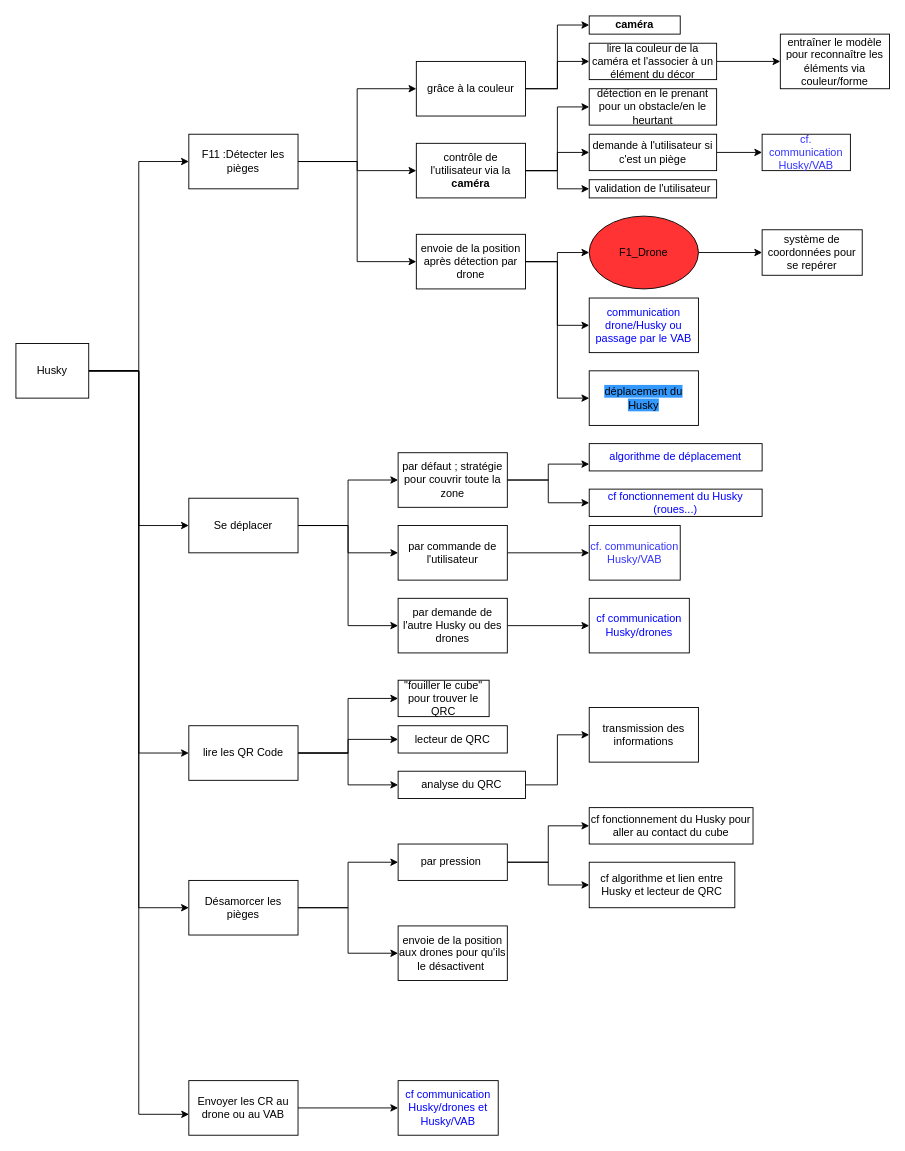
Before: page "Page-1" (1 of 2) of Diagrammes/F12.drawio in annieliu52/CoHoMa, a draw.io diagram. Source tidied: cells renumbered, new cells numbered last; positions are measured from the earlier drawing's top-left corner, leaving out a move shared by most shapes. Both pictures are drawn from the tidied source at 91%, with x=0, y=0 at pixel (15, 15).
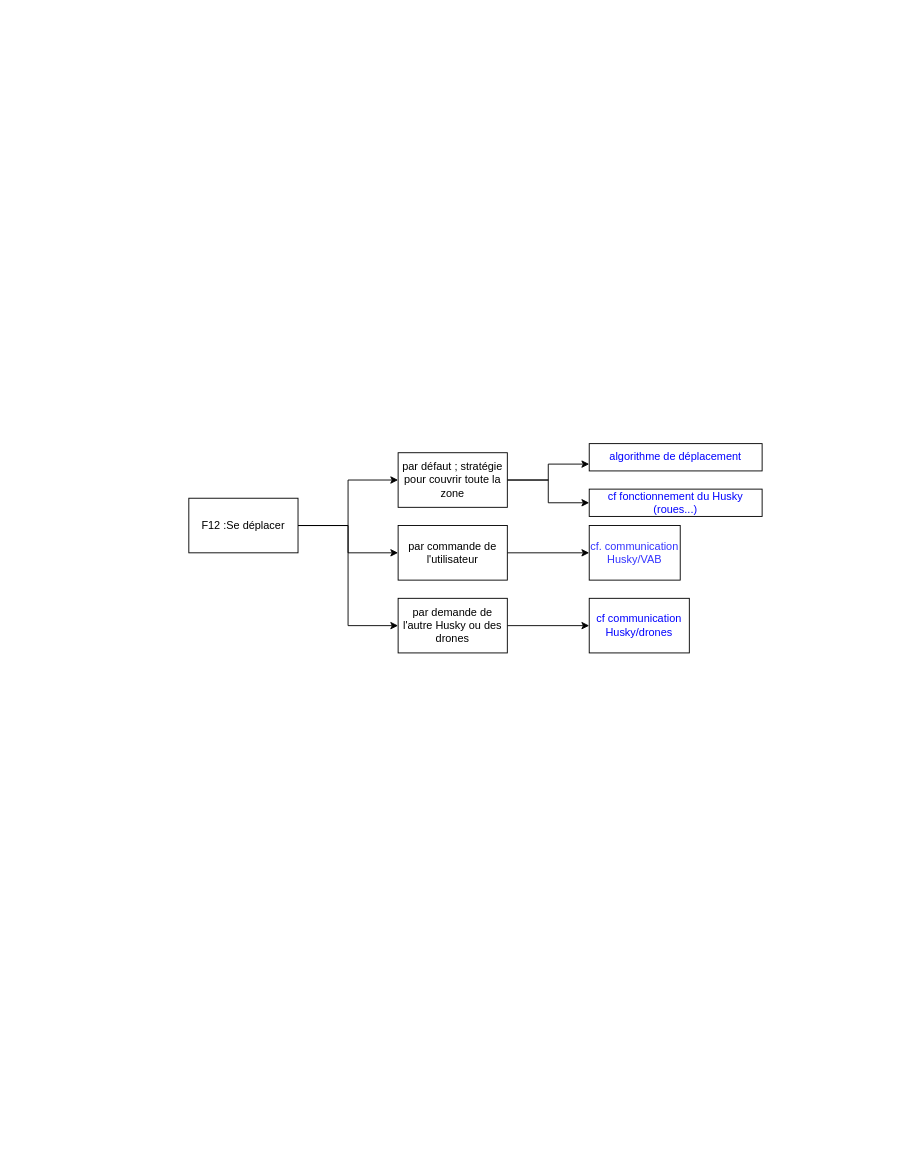
Above is the later version.

The edit, as a diff of the source:
```diff
@@
-    <mxCell id="2" style="edgeStyle=orthogonalEdgeStyle;rounded=0;jettySize=auto;html=1;exitX=1;exitY=0.5;exitDx=0;exitDy=0;entryX=0;entryY=0.5;entryDx=0;entryDy=0;" parent="1" edge="1" source="5" target="23">
-      <mxGeometry relative="1" as="geometry" />
-    </mxCell>
-    <mxCell id="3" style="edgeStyle=orthogonalEdgeStyle;rounded=0;jettySize=auto;html=1;exitX=1;exitY=0.5;exitDx=0;exitDy=0;entryX=0;entryY=0.5;entryDx=0;entryDy=0;" parent="1" edge="1" source="5" target="28">
-      <mxGeometry relative="1" as="geometry" />
-    </mxCell>
-    <mxCell id="4" style="edgeStyle=orthogonalEdgeStyle;rounded=0;jettySize=auto;html=1;exitX=1;exitY=0.5;exitDx=0;exitDy=0;entryX=0;entryY=0.5;entryDx=0;entryDy=0;" parent="1" edge="1" source="5" target="32">
-      <mxGeometry relative="1" as="geometry" />
-    </mxCell>
-    <mxCell id="5" value="F11 :Détecter les pièges" style="rounded=0;whiteSpace=wrap;html=1;" parent="1" vertex="1">
-      <mxGeometry x="190" y="130" width="120" height="60" as="geometry" />
-    </mxCell>
@@
-    <mxCell id="9" value="Se déplacer" style="rounded=0;whiteSpace=wrap;html=1;" parent="1" vertex="1">
+    <mxCell id="9" value="F12 :Se déplacer" style="rounded=0;whiteSpace=wrap;html=1;" parent="1" vertex="1">
       <mxGeometry x="190" y="530" width="120" height="60" as="geometry" />
     </mxCell>
-    <mxCell id="10" style="edgeStyle=orthogonalEdgeStyle;rounded=0;jettySize=auto;html=1;exitX=1;exitY=0.5;exitDx=0;exitDy=0;entryX=0;entryY=0.5;entryDx=0;entryDy=0;fontColor=#000000;" parent="1" edge="1" source="12" target="65">
-      <mxGeometry relative="1" as="geometry" />
-    </mxCell>
-    <mxCell id="11" style="edgeStyle=orthogonalEdgeStyle;rounded=0;jettySize=auto;html=1;exitX=1;exitY=0.5;exitDx=0;exitDy=0;entryX=0;entryY=0.5;entryDx=0;entryDy=0;fontColor=#000000;" parent="1" edge="1" source="12" target="68">
-      <mxGeometry relative="1" as="geometry" />
-    </mxCell>
-    <mxCell id="12" value="Désamorcer les pièges" style="rounded=0;whiteSpace=wrap;html=1;" parent="1" vertex="1">
-      <mxGeometry x="190" y="950" width="120" height="60" as="geometry" />
-    </mxCell>
-    <mxCell id="13" style="edgeStyle=orthogonalEdgeStyle;rounded=0;jettySize=auto;html=1;exitX=1;exitY=0.5;exitDx=0;exitDy=0;entryX=0;entryY=0.5;entryDx=0;entryDy=0;fontColor=#000000;" parent="1" edge="1" source="14" target="72">
-      <mxGeometry relative="1" as="geometry" />
-    </mxCell>
-    <mxCell id="14" value="Envoyer les CR au drone ou au VAB" style="rounded=0;whiteSpace=wrap;html=1;" parent="1" vertex="1">
-      <mxGeometry x="190" y="1170" width="120" height="60" as="geometry" />
-    </mxCell>
-    <mxCell id="15" style="edgeStyle=orthogonalEdgeStyle;rounded=0;jettySize=auto;html=1;entryX=0;entryY=0.5;entryDx=0;entryDy=0;" parent="1" edge="1" source="20" target="5">
-      <mxGeometry relative="1" as="geometry" />
-    </mxCell>
-    <mxCell id="16" style="edgeStyle=orthogonalEdgeStyle;rounded=0;jettySize=auto;html=1;exitX=1;exitY=0.5;exitDx=0;exitDy=0;entryX=0;entryY=0.5;entryDx=0;entryDy=0;" parent="1" edge="1" source="20" target="9">
-      <mxGeometry relative="1" as="geometry" />
-    </mxCell>
-    <mxCell id="17" style="edgeStyle=orthogonalEdgeStyle;rounded=0;jettySize=auto;html=1;exitX=1;exitY=0.5;exitDx=0;exitDy=0;entryX=0;entryY=0.5;entryDx=0;entryDy=0;" parent="1" edge="1" source="20" target="12">
-      <mxGeometry relative="1" as="geometry" />
-    </mxCell>
-    <mxCell id="18" style="edgeStyle=orthogonalEdgeStyle;rounded=0;jettySize=auto;html=1;entryX=0.002;entryY=0.617;entryDx=0;entryDy=0;entryPerimeter=0;" parent="1" edge="1" source="20" target="14">
-      <mxGeometry relative="1" as="geometry" />
-    </mxCell>
-    <mxCell id="19" style="edgeStyle=orthogonalEdgeStyle;rounded=0;jettySize=auto;html=1;exitX=1;exitY=0.5;exitDx=0;exitDy=0;entryX=0;entryY=0.5;entryDx=0;entryDy=0;fontColor=#000000;" parent="1" edge="1" source="20" target="60">
-      <mxGeometry relative="1" as="geometry" />
-    </mxCell>
-    <mxCell id="20" value="Husky" style="rounded=0;whiteSpace=wrap;html=1;" parent="1" vertex="1">
-      <mxGeometry y="360" width="80" height="60" as="geometry" />
-    </mxCell>
-    <mxCell id="21" style="edgeStyle=orthogonalEdgeStyle;rounded=0;jettySize=auto;html=1;exitX=1;exitY=0.5;exitDx=0;exitDy=0;entryX=0;entryY=0.5;entryDx=0;entryDy=0;fontColor=#000000;" parent="1" edge="1" source="23" target="39">
-      <mxGeometry relative="1" as="geometry" />
-    </mxCell>
-    <mxCell id="22" style="edgeStyle=orthogonalEdgeStyle;rounded=0;jettySize=auto;html=1;exitX=1;exitY=0.5;exitDx=0;exitDy=0;entryX=0;entryY=0.5;entryDx=0;entryDy=0;fontColor=#000000;" parent="1" edge="1" source="23" target="41">
-      <mxGeometry relative="1" as="geometry" />
-    </mxCell>
-    <mxCell id="23" value="grâce à la couleur" style="rounded=0;whiteSpace=wrap;html=1;" parent="1" vertex="1">
-      <mxGeometry x="440" y="50" width="120" height="60" as="geometry" />
-    </mxCell>
-    <mxCell id="24" value="détection en le prenant pour un obstacle/en le heurtant" style="rounded=0;whiteSpace=wrap;html=1;" parent="1" vertex="1">
-      <mxGeometry x="630" y="80" width="140" height="40" as="geometry" />
-    </mxCell>
-    <mxCell id="25" style="edgeStyle=orthogonalEdgeStyle;rounded=0;jettySize=auto;html=1;exitX=1;exitY=0.5;exitDx=0;exitDy=0;entryX=0;entryY=0.5;entryDx=0;entryDy=0;" parent="1" edge="1" source="28" target="24">
-      <mxGeometry relative="1" as="geometry" />
-    </mxCell>
-    <mxCell id="26" style="edgeStyle=orthogonalEdgeStyle;rounded=0;jettySize=auto;html=1;exitX=1;exitY=0.5;exitDx=0;exitDy=0;entryX=0;entryY=0.5;entryDx=0;entryDy=0;fontColor=#000000;" parent="1" edge="1" source="28" target="36">
-      <mxGeometry relative="1" as="geometry" />
-    </mxCell>
-    <mxCell id="27" style="edgeStyle=orthogonalEdgeStyle;rounded=0;jettySize=auto;html=1;exitX=1;exitY=0.5;exitDx=0;exitDy=0;entryX=0;entryY=0.5;entryDx=0;entryDy=0;fontColor=#000000;" parent="1" edge="1" source="28" target="37">
-      <mxGeometry relative="1" as="geometry" />
-    </mxCell>
-    <mxCell id="28" value="contrôle de l'utilisateur via la &lt;b&gt;caméra&lt;/b&gt;" style="rounded=0;whiteSpace=wrap;html=1;" parent="1" vertex="1">
-      <mxGeometry x="440" y="140" width="120" height="60" as="geometry" />
-    </mxCell>
-    <mxCell id="29" style="edgeStyle=orthogonalEdgeStyle;rounded=0;jettySize=auto;html=1;exitX=1;exitY=0.5;exitDx=0;exitDy=0;entryX=0;entryY=0.5;entryDx=0;entryDy=0;fontColor=#FF3333;" parent="1" edge="1" source="32" target="34">
-      <mxGeometry relative="1" as="geometry" />
-    </mxCell>
-    <mxCell id="30" style="edgeStyle=orthogonalEdgeStyle;rounded=0;jettySize=auto;html=1;exitX=1;exitY=0.5;exitDx=0;exitDy=0;entryX=0;entryY=0.5;entryDx=0;entryDy=0;fontColor=#0000FF;" parent="1" edge="1" source="32" target="43">
-      <mxGeometry relative="1" as="geometry" />
-    </mxCell>
-    <mxCell id="31" style="edgeStyle=orthogonalEdgeStyle;rounded=0;jettySize=auto;html=1;exitX=1;exitY=0.5;exitDx=0;exitDy=0;entryX=0;entryY=0.5;entryDx=0;entryDy=0;fontColor=#000000;" parent="1" edge="1" source="32" target="44">
-      <mxGeometry relative="1" as="geometry" />
-    </mxCell>
-    <mxCell id="32" value="envoie de la position après détection par drone" style="rounded=0;whiteSpace=wrap;html=1;" parent="1" vertex="1">
-      <mxGeometry x="440" y="240" width="120" height="60" as="geometry" />
-    </mxCell>
-    <mxCell id="33" style="edgeStyle=orthogonalEdgeStyle;rounded=0;jettySize=auto;html=1;exitX=1;exitY=0.5;exitDx=0;exitDy=0;entryX=0;entryY=0.5;entryDx=0;entryDy=0;fontColor=#000000;" parent="1" edge="1" source="34" target="45">
-      <mxGeometry relative="1" as="geometry" />
-    </mxCell>
-    <mxCell id="34" value="F1_Drone" style="ellipse;whiteSpace=wrap;html=1;fillColor=#FF3333;" parent="1" vertex="1">
-      <mxGeometry x="630" y="220" width="120" height="80" as="geometry" />
-    </mxCell>
-    <mxCell id="35" style="edgeStyle=orthogonalEdgeStyle;rounded=0;jettySize=auto;html=1;exitX=1;exitY=0.5;exitDx=0;exitDy=0;entryX=0;entryY=0.5;entryDx=0;entryDy=0;fontColor=#3333FF;" parent="1" edge="1" source="36" target="38">
-      <mxGeometry relative="1" as="geometry" />
-    </mxCell>
-    <mxCell id="36" value="&lt;font color=&quot;#000000&quot;&gt;demande à l'utilisateur si c'est un piège&lt;/font&gt;" style="rounded=0;whiteSpace=wrap;html=1;fontColor=#FF3333;fillColor=#FFFFFF;" parent="1" vertex="1">
-      <mxGeometry x="630" y="130" width="140" height="40" as="geometry" />
-    </mxCell>
-    <mxCell id="37" value="validation de l'utilisateur" style="rounded=0;whiteSpace=wrap;html=1;labelBackgroundColor=none;fontColor=#000000;fillColor=#FFFFFF;" parent="1" vertex="1">
-      <mxGeometry x="630" y="180" width="140" height="20" as="geometry" />
-    </mxCell>
-    <mxCell id="38" value="&lt;font color=&quot;#3333ff&quot;&gt;cf. communication Husky/VAB&lt;/font&gt;" style="rounded=0;whiteSpace=wrap;html=1;labelBackgroundColor=none;fontColor=#000000;fillColor=#FFFFFF;" parent="1" vertex="1">
-      <mxGeometry x="820" y="130" width="97" height="40" as="geometry" />
-    </mxCell>
-    <mxCell id="39" value="&lt;font color=&quot;#000000&quot;&gt;&lt;b&gt;caméra&lt;/b&gt;&lt;/font&gt;" style="rounded=0;whiteSpace=wrap;html=1;labelBackgroundColor=none;fontColor=#3333FF;fillColor=#FFFFFF;" parent="1" vertex="1">
-      <mxGeometry x="630" width="100" height="20" as="geometry" />
-    </mxCell>
-    <mxCell id="40" style="edgeStyle=orthogonalEdgeStyle;rounded=0;jettySize=auto;html=1;exitX=1;exitY=0.5;exitDx=0;exitDy=0;entryX=0;entryY=0.5;entryDx=0;entryDy=0;fontColor=#000000;" parent="1" edge="1" source="41" target="42">
-      <mxGeometry relative="1" as="geometry" />
-    </mxCell>
-    <mxCell id="41" value="lire la couleur de la caméra et l'associer à un élément du décor" style="rounded=0;whiteSpace=wrap;html=1;labelBackgroundColor=none;fontColor=#000000;fillColor=#FFFFFF;" parent="1" vertex="1">
-      <mxGeometry x="630" y="30" width="140" height="40" as="geometry" />
-    </mxCell>
-    <mxCell id="42" value="entraîner le modèle pour reconnaître les éléments via couleur/forme" style="rounded=0;whiteSpace=wrap;html=1;labelBackgroundColor=none;fontColor=#000000;fillColor=#FFFFFF;" parent="1" vertex="1">
-      <mxGeometry x="840" y="20" width="120" height="60" as="geometry" />
-    </mxCell>
-    <mxCell id="43" value="&lt;font color=&quot;#0000ff&quot;&gt;communication drone/Husky ou passage par le VAB&lt;/font&gt;" style="rounded=0;whiteSpace=wrap;html=1;labelBackgroundColor=none;fontColor=#000000;fillColor=#FFFFFF;" parent="1" vertex="1">
-      <mxGeometry x="630" y="310" width="120" height="60" as="geometry" />
-    </mxCell>
-    <mxCell id="44" value="&lt;font color=&quot;#000000&quot; style=&quot;background-color: rgb(51 , 153 , 255)&quot;&gt;déplacement du Husky&lt;/font&gt;" style="rounded=0;whiteSpace=wrap;html=1;labelBackgroundColor=none;fontColor=#0000FF;fillColor=#FFFFFF;" parent="1" vertex="1">
-      <mxGeometry x="630" y="390" width="120" height="60" as="geometry" />
-    </mxCell>
-    <mxCell id="45" value="système de coordonnées pour se repérer" style="rounded=0;whiteSpace=wrap;html=1;labelBackgroundColor=none;" parent="1" vertex="1">
-      <mxGeometry x="820" y="235" width="110" height="50" as="geometry" />
-    </mxCell>
@@
-    <mxCell id="57" style="edgeStyle=orthogonalEdgeStyle;rounded=0;jettySize=auto;html=1;exitX=1;exitY=0.5;exitDx=0;exitDy=0;entryX=0;entryY=0.5;entryDx=0;entryDy=0;fontColor=#000000;" parent="1" edge="1" source="60" target="61">
-      <mxGeometry relative="1" as="geometry" />
-    </mxCell>
-    <mxCell id="58" style="edgeStyle=orthogonalEdgeStyle;rounded=0;jettySize=auto;html=1;exitX=1;exitY=0.5;exitDx=0;exitDy=0;entryX=0;entryY=0.5;entryDx=0;entryDy=0;fontColor=#000000;" parent="1" edge="1" source="60" target="62">
-      <mxGeometry relative="1" as="geometry" />
-    </mxCell>
-    <mxCell id="59" style="edgeStyle=orthogonalEdgeStyle;rounded=0;jettySize=auto;html=1;exitX=1;exitY=0.5;exitDx=0;exitDy=0;entryX=0;entryY=0.5;entryDx=0;entryDy=0;fontColor=#000000;" parent="1" edge="1" source="60" target="70">
-      <mxGeometry relative="1" as="geometry" />
-    </mxCell>
-    <mxCell id="60" value="&lt;font color=&quot;#000000&quot;&gt;lire les QR Code&lt;/font&gt;" style="rounded=0;whiteSpace=wrap;html=1;labelBackgroundColor=none;fontColor=#0000FF;strokeColor=#000000;fillColor=default;" parent="1" vertex="1">
-      <mxGeometry x="190" y="780" width="120" height="60" as="geometry" />
-    </mxCell>
-    <mxCell id="61" value="&quot;fouiller le cube&quot; pour trouver le QRC" style="rounded=0;whiteSpace=wrap;html=1;labelBackgroundColor=none;fontColor=#000000;strokeColor=#000000;fillColor=default;" parent="1" vertex="1">
-      <mxGeometry x="420" y="730" width="100" height="40" as="geometry" />
-    </mxCell>
-    <mxCell id="62" value="lecteur de QRC" style="rounded=0;whiteSpace=wrap;html=1;labelBackgroundColor=none;fontColor=#000000;strokeColor=#000000;fillColor=default;" parent="1" vertex="1">
-      <mxGeometry x="420" y="780" width="120" height="30" as="geometry" />
-    </mxCell>
-    <mxCell id="63" style="edgeStyle=orthogonalEdgeStyle;rounded=0;jettySize=auto;html=1;exitX=1;exitY=0.5;exitDx=0;exitDy=0;entryX=0;entryY=0.5;entryDx=0;entryDy=0;fontColor=#000000;" parent="1" edge="1" source="65" target="66">
-      <mxGeometry relative="1" as="geometry" />
-    </mxCell>
-    <mxCell id="64" style="edgeStyle=orthogonalEdgeStyle;rounded=0;jettySize=auto;html=1;exitX=1;exitY=0.5;exitDx=0;exitDy=0;entryX=0;entryY=0.5;entryDx=0;entryDy=0;fontColor=#000000;" parent="1" edge="1" source="65" target="67">
-      <mxGeometry relative="1" as="geometry" />
-    </mxCell>
-    <mxCell id="65" value="par pression&amp;nbsp;" style="rounded=0;whiteSpace=wrap;html=1;labelBackgroundColor=none;fontColor=#000000;strokeColor=#000000;fillColor=default;" parent="1" vertex="1">
-      <mxGeometry x="420" y="910" width="120" height="40" as="geometry" />
-    </mxCell>
-    <mxCell id="66" value="cf fonctionnement du Husky pour aller au contact du cube" style="rounded=0;whiteSpace=wrap;html=1;labelBackgroundColor=none;fontColor=#000000;strokeColor=#000000;fillColor=default;" parent="1" vertex="1">
-      <mxGeometry x="630" y="870" width="180" height="40" as="geometry" />
-    </mxCell>
-    <mxCell id="67" value="cf algorithme et lien entre Husky et lecteur de QRC" style="rounded=0;whiteSpace=wrap;html=1;labelBackgroundColor=none;fontColor=#000000;strokeColor=#000000;fillColor=default;" parent="1" vertex="1">
-      <mxGeometry x="630" y="930" width="160" height="50" as="geometry" />
-    </mxCell>
-    <mxCell id="68" value="envoie de la position aux drones pour qu'ils le désactivent&amp;nbsp;" style="rounded=0;whiteSpace=wrap;html=1;labelBackgroundColor=none;fontColor=#000000;strokeColor=#000000;fillColor=default;" parent="1" vertex="1">
-      <mxGeometry x="420" y="1000" width="120" height="60" as="geometry" />
-    </mxCell>
-    <mxCell id="69" style="edgeStyle=orthogonalEdgeStyle;rounded=0;jettySize=auto;html=1;exitX=1;exitY=0.5;exitDx=0;exitDy=0;entryX=0;entryY=0.5;entryDx=0;entryDy=0;fontColor=#000000;" parent="1" edge="1" source="70" target="71">
-      <mxGeometry relative="1" as="geometry" />
-    </mxCell>
-    <mxCell id="70" value="analyse du QRC" style="rounded=0;whiteSpace=wrap;html=1;labelBackgroundColor=none;fontColor=#000000;strokeColor=#000000;fillColor=default;" parent="1" vertex="1">
-      <mxGeometry x="420" y="830" width="140" height="30" as="geometry" />
-    </mxCell>
-    <mxCell id="71" value="transmission des informations" style="rounded=0;whiteSpace=wrap;html=1;labelBackgroundColor=none;fontColor=#000000;strokeColor=#000000;fillColor=default;" parent="1" vertex="1">
-      <mxGeometry x="630" y="760" width="120" height="60" as="geometry" />
-    </mxCell>
-    <mxCell id="72" value="&lt;font color=&quot;#0000ff&quot;&gt;cf communication Husky/drones et Husky/VAB&lt;/font&gt;" style="rounded=0;whiteSpace=wrap;html=1;labelBackgroundColor=none;fontColor=#000000;strokeColor=#000000;fillColor=default;" parent="1" vertex="1">
-      <mxGeometry x="420" y="1170" width="110" height="60" as="geometry" />
-    </mxCell>
```
